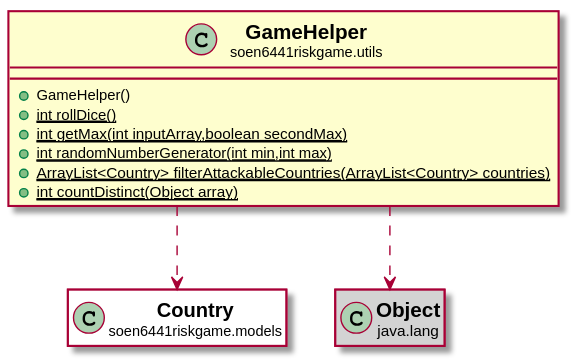
This is docs/javadocs/soen6441riskgame/utils/GameHelper.svg from huntertran/soen6441-riskgame, a PlantUML export, as it was before one commit.
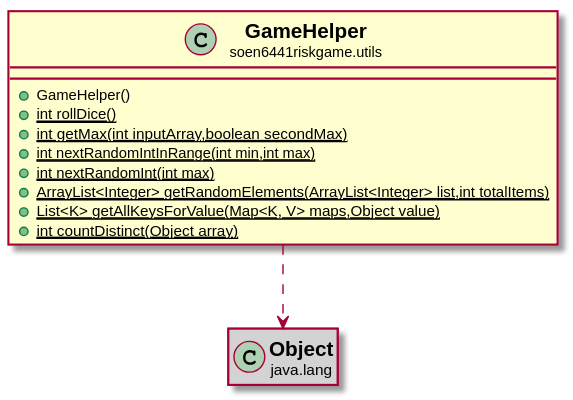
After the change.

What changed in the source:
```diff
@@ -7,20 +7,15 @@
 +GameHelper()
 {static} +int rollDice()
 {static} +int getMax(int inputArray,boolean secondMax)
-{static} +int randomNumberGenerator(int min,int max)
-{static} +ArrayList<Country> filterAttackableCountries(ArrayList<Country> countries)
+{static} +int nextRandomIntInRange(int min,int max)
+{static} +int nextRandomInt(int max)
+{static} +ArrayList<Integer> getRandomElements(ArrayList<Integer> list,int totalItems)
+{static} +List<K> getAllKeysForValue(Map<K, V> maps,Object value)
 {static} +int countDistinct(Object array)
 }
 
 
 
-class "<b><size:14>Country</b>\n<size:10>soen6441riskgame.models" as soen6441riskgame.models.Country  [[../../soen6441riskgame/models/Country.html{soen6441riskgame.models.Country}]] #white {
-}
-
-hide soen6441riskgame.models.Country fields
-hide soen6441riskgame.models.Country methods
-
-soen6441riskgame.utils.GameHelper ..> soen6441riskgame.models.Country
 
 class "<b><size:14>Object</b>\n<size:10>java.lang" as java.lang.Object  #lightgrey {
 }
@@ -31,4 +26,5 @@
 soen6441riskgame.utils.GameHelper ..> java.lang.Object
 
 
+
 @enduml
```
